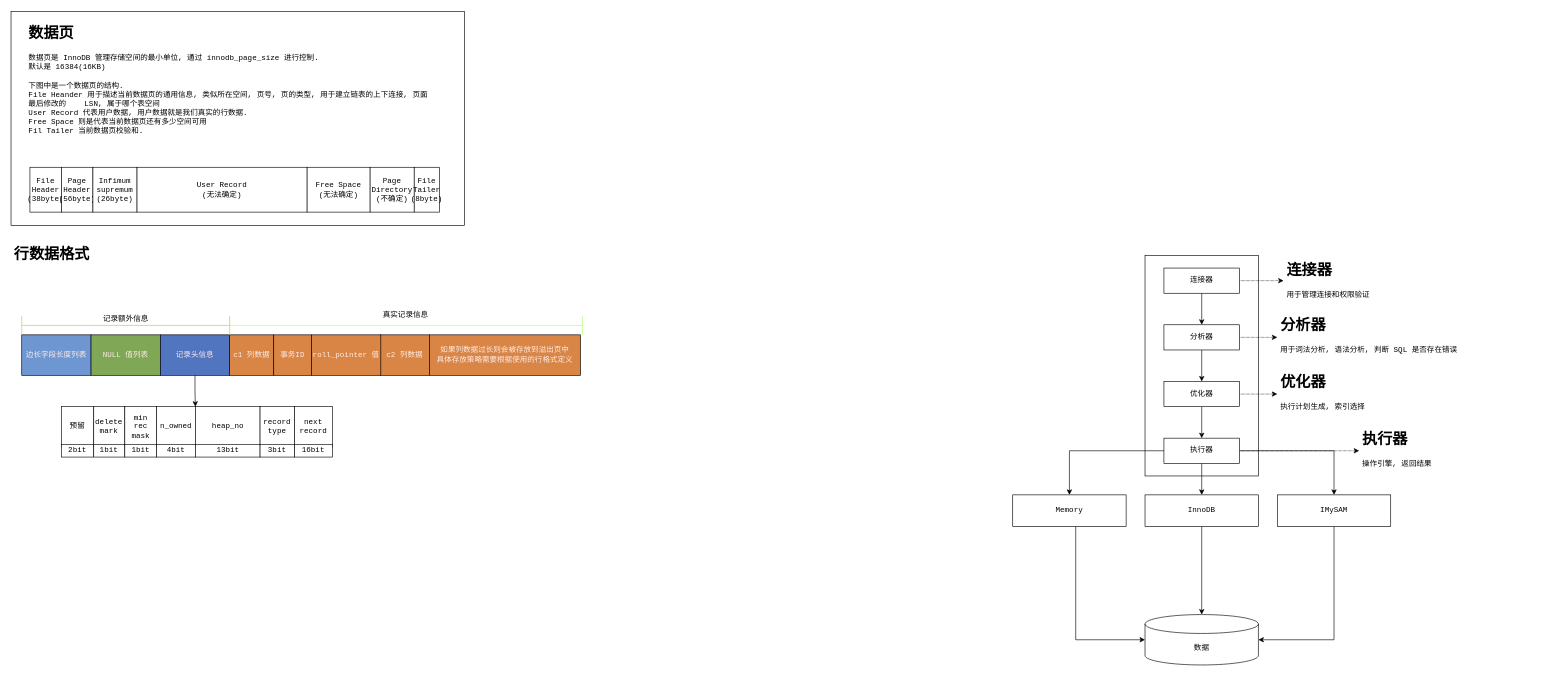
This is mysql/innodb/未命名绘图.drawio from LJiangTao/drawio, a draw.io file, before an edit. Source tidied: cells renumbered, new cells numbered last; positions are measured from the earlier drawing's top-left corner, leaving out a move shared by most shapes. Both pictures are drawn from the tidied source at 63%, with x=0, y=0 at pixel (11, 11).
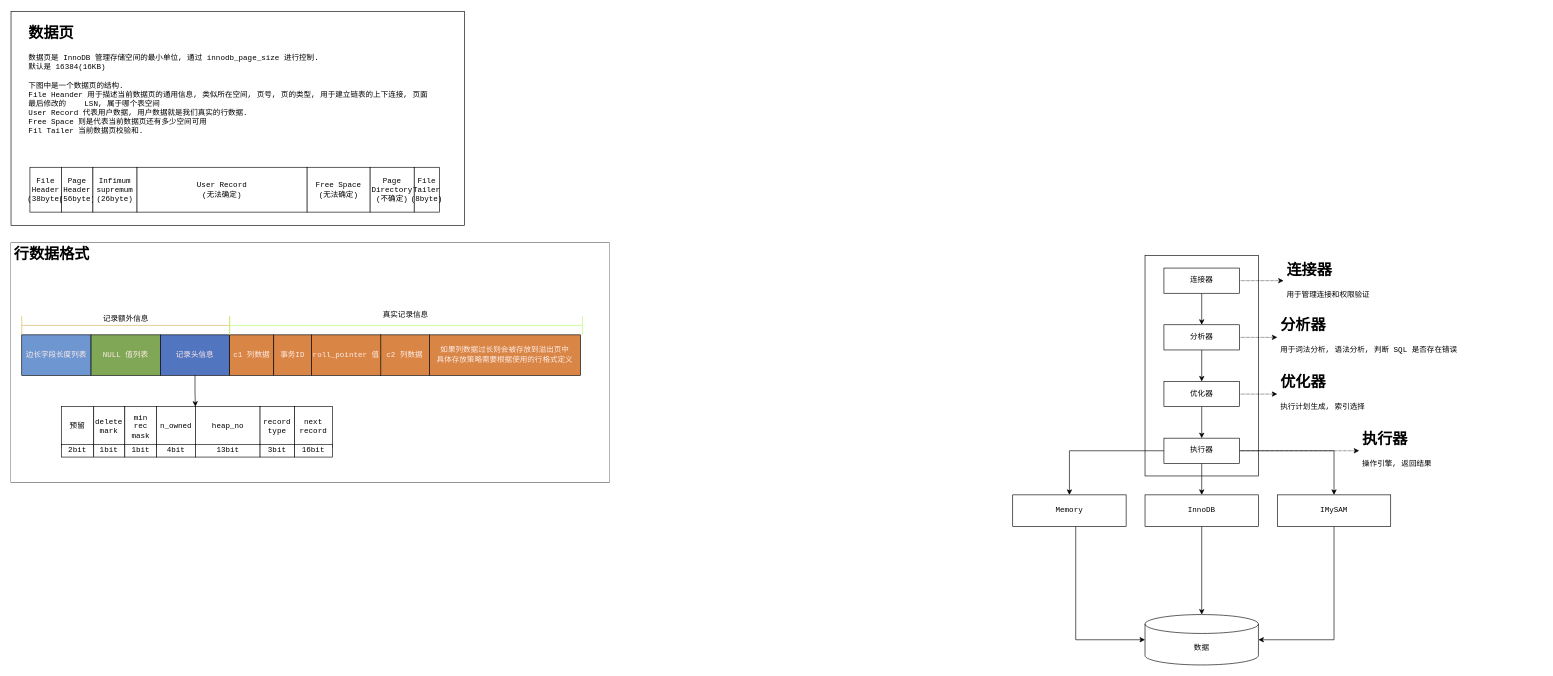
After the change.

Commit message:
更新未命名绘图.drawio

The edit, as a diff of the source:
```diff
@@
-    <mxCell id="39" style="group;" parent="1" vertex="1">
+    <mxCell id="39" style="group;strokeColor=default;" parent="1" vertex="1">
       <mxGeometry y="368" width="950" height="380" as="geometry" />
     </mxCell>
```
